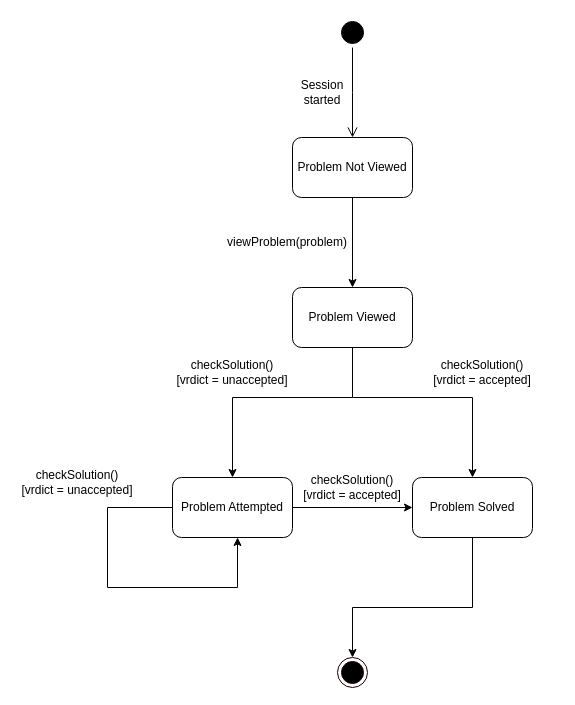
Earlier version of the draw.io diagram page "skill quiz" (2 of 7) of fianl_state.drawio (MdHuzzatunAli/ISD). Source tidied: cells renumbered, new cells numbered last; positions are measured from the earlier drawing's top-left corner, leaving out a move shared by most shapes. Both pictures are drawn from the tidied source at 100%, with x=0, y=0 at pixel (17, 17).
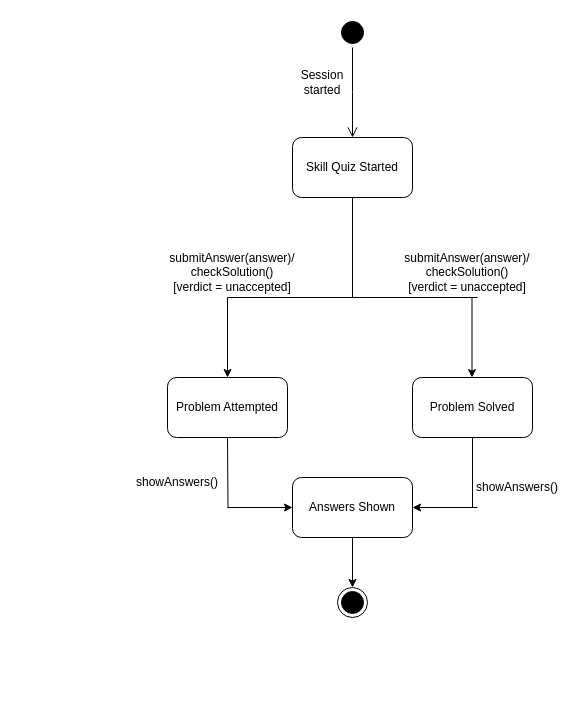
The same page after the edit.

Change to the diagram source:
```diff
@@
     <mxCell id="2" style="ellipse;html=1;shape=endState;fillColor=#000000;strokeColor=#190000;labelBorderColor=none;" parent="1" vertex="1">
-      <mxGeometry x="320" y="640" width="30" height="30" as="geometry" />
+      <mxGeometry x="320" y="570" width="30" height="30" as="geometry" />
     </mxCell>
@@
     <mxCell id="5" value="Session started" style="text;strokeColor=none;align=center;fillColor=none;html=1;verticalAlign=middle;whiteSpace=wrap;rounded=0;" parent="1" vertex="1">
-      <mxGeometry x="275" y="60" width="60" height="30" as="geometry" />
+      <mxGeometry x="275" y="50" width="60" height="30" as="geometry" />
     </mxCell>
-    <mxCell id="6" value="Problem Not Viewed" style="rounded=1;whiteSpace=wrap;html=1;" parent="1" vertex="1">
+    <mxCell id="6" value="Skill Quiz Started" style="rounded=1;whiteSpace=wrap;html=1;" parent="1" vertex="1">
       <mxGeometry x="275" y="120" width="120" height="60" as="geometry" />
     </mxCell>
-    <mxCell id="7" style="endArrow=classic;html=1;rounded=0;exitX=0.5;exitY=1;exitDx=0;exitDy=0;" parent="1" edge="1" source="6">
-      <mxGeometry relative="1" as="geometry">
-        <mxPoint x="335" y="270" as="targetPoint" />
-      </mxGeometry>
-    </mxCell>
-    <mxCell id="8" value="viewProblem(problem)" style="text;strokeColor=none;align=center;fillColor=none;html=1;verticalAlign=middle;whiteSpace=wrap;rounded=0;" parent="1" vertex="1">
-      <mxGeometry x="240" y="210" width="60" height="30" as="geometry" />
-    </mxCell>
-    <mxCell id="9" value="Problem Viewed" style="rounded=1;whiteSpace=wrap;html=1;" parent="1" vertex="1">
-      <mxGeometry x="275" y="270" width="120" height="60" as="geometry" />
-    </mxCell>
     <mxCell id="10" value="Problem Attempted" style="rounded=1;whiteSpace=wrap;html=1;" parent="1" vertex="1">
-      <mxGeometry x="155" y="460" width="120" height="60" as="geometry" />
+      <mxGeometry x="150" y="360" width="120" height="60" as="geometry" />
     </mxCell>
     <mxCell id="11" value="Problem Solved" style="rounded=1;whiteSpace=wrap;html=1;" parent="1" vertex="1">
-      <mxGeometry x="395" y="460" width="120" height="60" as="geometry" />
+      <mxGeometry x="395" y="360" width="120" height="60" as="geometry" />
     </mxCell>
-    <mxCell id="12" style="endArrow=none;html=1;rounded=0;exitX=0.5;exitY=1;exitDx=0;exitDy=0;" parent="1" edge="1">
-      <mxGeometry relative="1" as="geometry">
-        <mxPoint x="335" y="330" as="sourcePoint" />
-        <mxPoint x="335" y="380" as="targetPoint" />
-      </mxGeometry>
-    </mxCell>
     <mxCell id="13" style="endArrow=none;html=1;rounded=0;" parent="1" edge="1">
       <mxGeometry relative="1" as="geometry">
-        <mxPoint x="215" y="380" as="sourcePoint" />
-        <mxPoint x="455" y="380" as="targetPoint" />
+        <mxPoint x="210" y="280" as="sourcePoint" />
+        <mxPoint x="460" y="280" as="targetPoint" />
         <Array as="points">
-          <mxPoint x="335" y="380" />
+          <mxPoint x="345" y="280" />
         </Array>
       </mxGeometry>
     </mxCell>
-    <mxCell id="14" style="endArrow=classic;html=1;rounded=0;entryX=0.5;entryY=0;entryDx=0;entryDy=0;" parent="1" edge="1" target="10">
+    <mxCell id="14" style="endArrow=classic;html=1;rounded=0;entryX=0.5;entryY=0;entryDx=0;entryDy=0;" parent="1" edge="1">
       <mxGeometry relative="1" as="geometry">
-        <mxPoint x="215" y="380" as="sourcePoint" />
+        <mxPoint x="210" y="280" as="sourcePoint" />
+        <mxPoint x="210" y="360" as="targetPoint" />
       </mxGeometry>
     </mxCell>
-    <mxCell id="15" style="endArrow=classic;html=1;rounded=0;entryX=0.5;entryY=0;entryDx=0;entryDy=0;" parent="1" edge="1" target="11">
+    <mxCell id="15" style="endArrow=classic;html=1;rounded=0;entryX=0.5;entryY=0;entryDx=0;entryDy=0;" parent="1" edge="1">
       <mxGeometry relative="1" as="geometry">
-        <mxPoint x="455" y="380" as="sourcePoint" />
+        <mxPoint x="454.5" y="280" as="sourcePoint" />
+        <mxPoint x="454.5" y="360" as="targetPoint" />
       </mxGeometry>
     </mxCell>
-    <mxCell id="16" style="endArrow=classic;html=1;rounded=0;exitX=1;exitY=0.5;exitDx=0;exitDy=0;entryX=0;entryY=0.5;entryDx=0;entryDy=0;" parent="1" edge="1" source="10" target="11">
-      <mxGeometry relative="1" as="geometry" />
-    </mxCell>
-    <mxCell id="17" style="endArrow=none;html=1;rounded=0;exitX=0;exitY=0.5;exitDx=0;exitDy=0;" parent="1" edge="1" source="10">
-      <mxGeometry relative="1" as="geometry">
-        <mxPoint x="115" y="490" as="targetPoint" />
-      </mxGeometry>
-    </mxCell>
-    <mxCell id="18" value="checkSolution()&lt;br&gt;[vrdict = accepted]" style="text;strokeColor=none;align=center;fillColor=none;html=1;verticalAlign=middle;whiteSpace=wrap;rounded=0;" parent="1" vertex="1">
-      <mxGeometry x="405" y="340" width="120" height="30" as="geometry" />
-    </mxCell>
-    <mxCell id="19" value="checkSolution()&lt;br&gt;[vrdict = unaccepted]" style="text;strokeColor=none;align=center;fillColor=none;html=1;verticalAlign=middle;whiteSpace=wrap;rounded=0;" parent="1" vertex="1">
-      <mxGeometry x="155" y="340" width="120" height="30" as="geometry" />
+    <mxCell id="19" value="&lt;div&gt;submitAnswer(answer)/&lt;/div&gt;&lt;div&gt;checkSolution()&lt;/div&gt;[verdict = unaccepted]" style="text;strokeColor=none;align=center;fillColor=none;html=1;verticalAlign=middle;whiteSpace=wrap;rounded=0;" parent="1" vertex="1">
+      <mxGeometry x="390" y="240" width="120" height="30" as="geometry" />
     </mxCell>
-    <mxCell id="20" value="checkSolution()&lt;br&gt;[vrdict = accepted]" style="text;strokeColor=none;align=center;fillColor=none;html=1;verticalAlign=middle;whiteSpace=wrap;rounded=0;" parent="1" vertex="1">
-      <mxGeometry x="275" y="455" width="120" height="30" as="geometry" />
-    </mxCell>
-    <mxCell id="21" style="endArrow=none;html=1;rounded=0;" parent="1" edge="1">
-      <mxGeometry relative="1" as="geometry">
-        <mxPoint x="120" y="490" as="sourcePoint" />
-        <mxPoint x="90" y="490" as="targetPoint" />
-      </mxGeometry>
-    </mxCell>
-    <mxCell id="22" style="endArrow=none;html=1;rounded=0;" parent="1" edge="1">
-      <mxGeometry relative="1" as="geometry">
-        <mxPoint x="90" y="490" as="sourcePoint" />
-        <mxPoint x="90" y="570" as="targetPoint" />
-      </mxGeometry>
-    </mxCell>
-    <mxCell id="23" style="endArrow=none;html=1;rounded=0;" parent="1" edge="1">
-      <mxGeometry relative="1" as="geometry">
-        <mxPoint x="90" y="570" as="sourcePoint" />
-        <mxPoint x="220" y="570" as="targetPoint" />
-      </mxGeometry>
-    </mxCell>
-    <mxCell id="24" style="endArrow=classic;html=1;rounded=0;entryX=0.542;entryY=1;entryDx=0;entryDy=0;entryPerimeter=0;" parent="1" edge="1" target="10">
-      <mxGeometry relative="1" as="geometry">
-        <mxPoint x="220" y="570" as="sourcePoint" />
-      </mxGeometry>
-    </mxCell>
-    <mxCell id="25" value="checkSolution()&lt;br&gt;[vrdict = unaccepted]" style="text;strokeColor=none;align=center;fillColor=none;html=1;verticalAlign=middle;whiteSpace=wrap;rounded=0;" parent="1" vertex="1">
-      <mxGeometry y="450" width="120" height="30" as="geometry" />
-    </mxCell>
     <mxCell id="26" style="endArrow=none;html=1;rounded=0;exitX=0.5;exitY=1;exitDx=0;exitDy=0;" parent="1" edge="1" source="11">
       <mxGeometry relative="1" as="geometry">
-        <mxPoint x="455" y="590" as="targetPoint" />
+        <mxPoint x="455" y="490" as="targetPoint" />
       </mxGeometry>
     </mxCell>
-    <mxCell id="27" style="endArrow=none;html=1;rounded=0;" parent="1" edge="1">
-      <mxGeometry relative="1" as="geometry">
-        <mxPoint x="335" y="590" as="sourcePoint" />
-        <mxPoint x="455" y="590" as="targetPoint" />
-      </mxGeometry>
-    </mxCell>
     <mxCell id="28" style="endArrow=classic;html=1;rounded=0;entryX=0.5;entryY=0;entryDx=0;entryDy=0;" parent="1" edge="1" target="2">
       <mxGeometry relative="1" as="geometry">
-        <mxPoint x="335" y="590" as="sourcePoint" />
+        <mxPoint x="335" y="520" as="sourcePoint" />
       </mxGeometry>
     </mxCell>
+    <mxCell id="29" style="endArrow=none;html=1;rounded=0;entryX=0.5;entryY=1;entryDx=0;entryDy=0;" parent="1" edge="1" target="6">
+      <mxGeometry relative="1" as="geometry">
+        <mxPoint x="335" y="280" as="sourcePoint" />
+      </mxGeometry>
+    </mxCell>
+    <mxCell id="30" style="endArrow=none;html=1;rounded=0;entryX=0.575;entryY=1.067;entryDx=0;entryDy=0;entryPerimeter=0;" parent="1" edge="1">
+      <mxGeometry relative="1" as="geometry">
+        <mxPoint x="210.5" y="490" as="sourcePoint" />
+        <mxPoint x="210" y="420" as="targetPoint" />
+      </mxGeometry>
+    </mxCell>
+    <mxCell id="31" value="Answers Shown" style="rounded=1;whiteSpace=wrap;html=1;" parent="1" vertex="1">
+      <mxGeometry x="275" y="460" width="120" height="60" as="geometry" />
+    </mxCell>
+    <mxCell id="32" style="endArrow=classic;html=1;rounded=0;entryX=1;entryY=0.5;entryDx=0;entryDy=0;" parent="1" edge="1" target="31">
+      <mxGeometry relative="1" as="geometry">
+        <mxPoint x="460" y="490" as="sourcePoint" />
+      </mxGeometry>
+    </mxCell>
+    <mxCell id="33" style="endArrow=classic;html=1;rounded=0;entryX=0;entryY=0.5;entryDx=0;entryDy=0;" parent="1" edge="1" target="31">
+      <mxGeometry relative="1" as="geometry">
+        <mxPoint x="210" y="490" as="sourcePoint" />
+      </mxGeometry>
+    </mxCell>
+    <mxCell id="34" value="showAnswers()" style="text;strokeColor=none;align=center;fillColor=none;html=1;verticalAlign=middle;whiteSpace=wrap;rounded=0;" parent="1" vertex="1">
+      <mxGeometry x="130" y="450" width="60" height="30" as="geometry" />
+    </mxCell>
+    <mxCell id="35" value="showAnswers()" style="text;strokeColor=none;align=center;fillColor=none;html=1;verticalAlign=middle;whiteSpace=wrap;rounded=0;" parent="1" vertex="1">
+      <mxGeometry x="470" y="455" width="60" height="30" as="geometry" />
+    </mxCell>
+    <mxCell id="36" value="&lt;div&gt;submitAnswer(answer)/&lt;/div&gt;&lt;div&gt;checkSolution()&lt;/div&gt;[verdict = unaccepted]" style="text;strokeColor=none;align=center;fillColor=none;html=1;verticalAlign=middle;whiteSpace=wrap;rounded=0;" parent="1" vertex="1">
+      <mxGeometry x="155" y="240" width="120" height="30" as="geometry" />
+    </mxCell>
```
